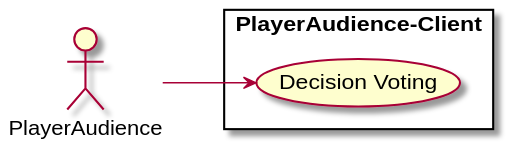
The PlantUML diagram Docs/Technical Specifications/docs/diagrams/UseCase/PlayerAudience_Client.svg in Brotenko/QualityQuest, before a commit.
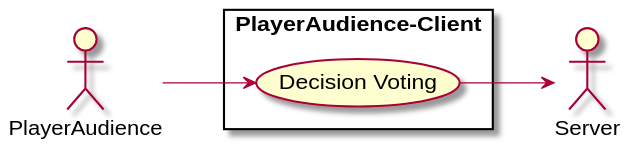
After the commit.

The edit, as a diff of the source:
```diff
@@ -1,9 +1,11 @@
 @startuml
 left to right direction
 actor "PlayerAudience" as AUDC
+actor "Server" as se
 rectangle "PlayerAudience-Client" {
 usecase "Decision Voting" as PE
 }
 
 AUDC --> PE
+PE --> se
 @enduml
```
